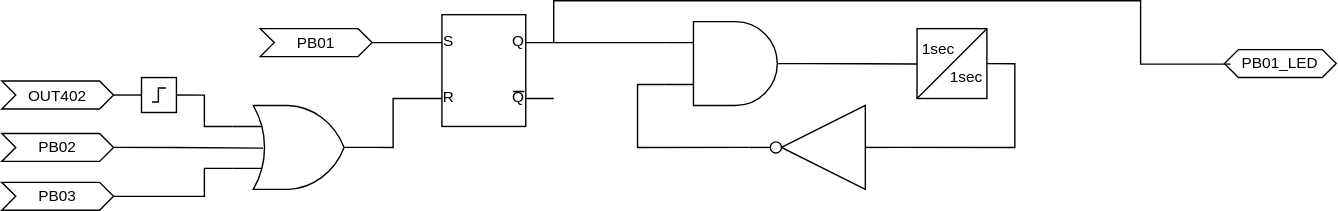
Above: content/images/SEL-5282_ui.drawio.svg in engineerjoe440/stanley-solutions-blog (draw.io), before the change. Source tidied: cells renumbered, new cells last; positions are measured from the earlier drawing's top-left corner, leaving out a move shared by most shapes.
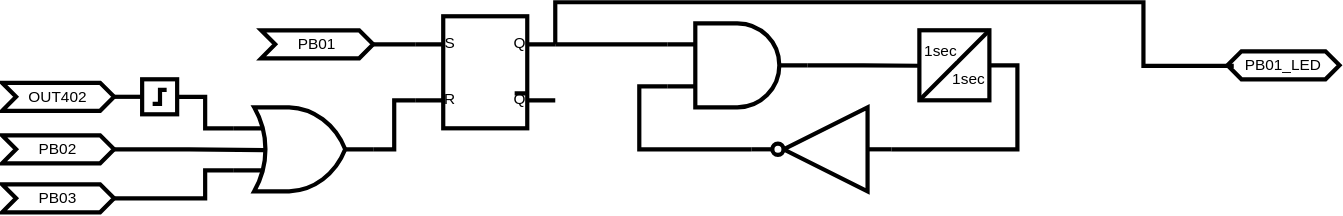
The same diagram one commit later.

What changed in the source:
```diff
@@ -1,22 +1,22 @@
-<mxGraphModel>
+<mxGraphModel background="#ffffff">
   <root>
     <mxCell id="0" />
     <mxCell id="1" parent="0" />
-    <mxCell id="2" style="edgeStyle=orthogonalEdgeStyle;shape=connector;rounded=0;jettySize=auto;html=1;exitX=1;exitY=0.5;exitDx=0;exitDy=0;exitPerimeter=0;strokeColor=default;align=center;verticalAlign=middle;fontFamily=Helvetica;fontSize=11;fontColor=default;labelBackgroundColor=default;startFill=0;endArrow=none;" parent="1" edge="1" source="3">
+    <mxCell id="2" style="edgeStyle=orthogonalEdgeStyle;shape=connector;rounded=0;jettySize=auto;html=1;exitX=1;exitY=0.5;exitDx=0;exitDy=0;exitPerimeter=0;strokeColor=default;align=center;verticalAlign=middle;fontFamily=Helvetica;fontSize=11;fontColor=default;labelBackgroundColor=default;startFill=0;endArrow=none;strokeWidth=3;" parent="1" edge="1" source="3">
       <mxGeometry relative="1" as="geometry">
         <mxPoint x="655" y="45.3" as="targetPoint" />
       </mxGeometry>
     </mxCell>
-    <mxCell id="3" style="verticalLabelPosition=bottom;shadow=0;dashed=0;align=center;html=1;verticalAlign=top;shape=mxgraph.electrical.logic_gates.logic_gate;operation=and;" parent="1" vertex="1">
+    <mxCell id="3" style="verticalLabelPosition=bottom;shadow=0;dashed=0;align=center;html=1;verticalAlign=top;shape=mxgraph.electrical.logic_gates.logic_gate;operation=and;strokeWidth=3;" parent="1" vertex="1">
       <mxGeometry x="475" y="15" width="100" height="60" as="geometry" />
     </mxCell>
-    <mxCell id="4" style="group;" parent="1" vertex="1">
+    <mxCell id="4" style="group;strokeWidth=3;" parent="1" vertex="1">
       <mxGeometry x="655" y="20" width="60" height="50" as="geometry" />
     </mxCell>
-    <mxCell id="5" style="whiteSpace=wrap;html=1;" parent="4" vertex="1">
+    <mxCell id="5" style="whiteSpace=wrap;html=1;strokeWidth=3;" parent="4" vertex="1">
       <mxGeometry width="50" height="50" as="geometry" />
     </mxCell>
-    <mxCell id="6" style="endArrow=none;html=1;rounded=0;" parent="4" edge="1" target="5">
+    <mxCell id="6" style="endArrow=none;html=1;rounded=0;strokeWidth=3;" parent="4" edge="1" target="5">
       <mxGeometry relative="1" as="geometry">
         <mxPoint y="50" as="sourcePoint" />
         <Array as="points">
@@ -24,31 +24,31 @@
         </Array>
       </mxGeometry>
     </mxCell>
-    <mxCell id="7" value="1sec" style="text;html=1;align=center;verticalAlign=middle;strokeColor=none;fillColor=none;fontFamily=Helvetica;fontSize=11;fontColor=default;labelBackgroundColor=default;" parent="4" vertex="1">
+    <mxCell id="7" value="1sec" style="text;html=1;align=center;verticalAlign=middle;strokeColor=none;fillColor=none;fontFamily=Helvetica;fontSize=11;fontColor=default;labelBackgroundColor=default;strokeWidth=3;" parent="4" vertex="1">
       <mxGeometry x="-10" width="50" height="30" as="geometry" />
     </mxCell>
-    <mxCell id="8" value="1sec" style="text;html=1;align=center;verticalAlign=middle;strokeColor=none;fillColor=none;fontFamily=Helvetica;fontSize=11;fontColor=default;labelBackgroundColor=default;" parent="4" vertex="1">
+    <mxCell id="8" value="1sec" style="text;html=1;align=center;verticalAlign=middle;strokeColor=none;fillColor=none;fontFamily=Helvetica;fontSize=11;fontColor=default;labelBackgroundColor=default;strokeWidth=3;" parent="4" vertex="1">
       <mxGeometry x="10" y="20" width="50" height="30" as="geometry" />
     </mxCell>
-    <mxCell id="9" style="verticalLabelPosition=bottom;shadow=0;dashed=0;align=center;html=1;verticalAlign=top;shape=mxgraph.electrical.logic_gates.rs_latch;" parent="1" vertex="1">
+    <mxCell id="9" style="verticalLabelPosition=bottom;shadow=0;dashed=0;align=center;html=1;verticalAlign=top;shape=mxgraph.electrical.logic_gates.rs_latch;strokeWidth=3;" parent="1" vertex="1">
       <mxGeometry x="295" y="10" width="100" height="80" as="geometry" />
     </mxCell>
-    <mxCell id="10" style="edgeStyle=orthogonalEdgeStyle;rounded=0;jettySize=auto;html=1;exitX=1;exitY=0.25;exitDx=0;exitDy=0;exitPerimeter=0;entryX=0;entryY=0.25;entryDx=0;entryDy=0;entryPerimeter=0;endArrow=none;startFill=0;" parent="1" edge="1" source="9" target="3">
+    <mxCell id="10" style="edgeStyle=orthogonalEdgeStyle;rounded=0;jettySize=auto;html=1;exitX=1;exitY=0.25;exitDx=0;exitDy=0;exitPerimeter=0;entryX=0;entryY=0.25;entryDx=0;entryDy=0;entryPerimeter=0;endArrow=none;startFill=0;strokeWidth=3;" parent="1" edge="1" source="9" target="3">
       <mxGeometry relative="1" as="geometry" />
     </mxCell>
-    <mxCell id="11" style="edgeStyle=orthogonalEdgeStyle;shape=connector;rounded=0;jettySize=auto;html=1;exitX=0;exitY=0.5;exitDx=0;exitDy=0;exitPerimeter=0;entryX=1;entryY=0.5;entryDx=0;entryDy=0;strokeColor=default;align=center;verticalAlign=middle;fontFamily=Helvetica;fontSize=11;fontColor=default;labelBackgroundColor=default;startFill=0;endArrow=none;" parent="1" edge="1" source="12" target="5">
+    <mxCell id="11" style="edgeStyle=orthogonalEdgeStyle;shape=connector;rounded=0;jettySize=auto;html=1;exitX=0;exitY=0.5;exitDx=0;exitDy=0;exitPerimeter=0;entryX=1;entryY=0.5;entryDx=0;entryDy=0;strokeColor=default;align=center;verticalAlign=middle;fontFamily=Helvetica;fontSize=11;fontColor=default;labelBackgroundColor=default;startFill=0;endArrow=none;strokeWidth=3;" parent="1" edge="1" source="12" target="5">
       <mxGeometry relative="1" as="geometry" />
     </mxCell>
-    <mxCell id="12" style="verticalLabelPosition=bottom;shadow=0;dashed=0;align=center;html=1;verticalAlign=top;shape=mxgraph.electrical.logic_gates.inverter_2;fontFamily=Helvetica;fontSize=11;fontColor=default;labelBackgroundColor=default;direction=west;" parent="1" vertex="1">
+    <mxCell id="12" style="verticalLabelPosition=bottom;shadow=0;dashed=0;align=center;html=1;verticalAlign=top;shape=mxgraph.electrical.logic_gates.inverter_2;fontFamily=Helvetica;fontSize=11;fontColor=default;labelBackgroundColor=default;direction=west;strokeWidth=3;" parent="1" vertex="1">
       <mxGeometry x="535" y="75" width="100" height="60" as="geometry" />
     </mxCell>
-    <mxCell id="13" style="edgeStyle=orthogonalEdgeStyle;shape=connector;rounded=0;jettySize=auto;html=1;exitX=1;exitY=0.5;exitDx=0;exitDy=0;exitPerimeter=0;entryX=0;entryY=0.75;entryDx=0;entryDy=0;entryPerimeter=0;strokeColor=default;align=center;verticalAlign=middle;fontFamily=Helvetica;fontSize=11;fontColor=default;labelBackgroundColor=default;startFill=0;endArrow=none;" parent="1" edge="1" source="12" target="3">
+    <mxCell id="13" style="edgeStyle=orthogonalEdgeStyle;shape=connector;rounded=0;jettySize=auto;html=1;exitX=1;exitY=0.5;exitDx=0;exitDy=0;exitPerimeter=0;entryX=0;entryY=0.75;entryDx=0;entryDy=0;entryPerimeter=0;strokeColor=default;align=center;verticalAlign=middle;fontFamily=Helvetica;fontSize=11;fontColor=default;labelBackgroundColor=default;startFill=0;endArrow=none;strokeWidth=3;" parent="1" edge="1" source="12" target="3">
       <mxGeometry relative="1" as="geometry" />
     </mxCell>
-    <mxCell id="14" value="PB01" style="shape=step;perimeter=stepPerimeter;whiteSpace=wrap;html=1;fixedSize=1;fontFamily=Helvetica;fontSize=11;fontColor=default;labelBackgroundColor=default;size=10;" parent="1" vertex="1">
+    <mxCell id="14" value="PB01" style="shape=step;perimeter=stepPerimeter;whiteSpace=wrap;html=1;fixedSize=1;fontFamily=Helvetica;fontSize=11;fontColor=default;labelBackgroundColor=default;size=10;strokeWidth=3;" parent="1" vertex="1">
       <mxGeometry x="185" y="20" width="80" height="20" as="geometry" />
     </mxCell>
-    <mxCell id="15" style="edgeStyle=orthogonalEdgeStyle;shape=connector;rounded=0;jettySize=auto;html=1;exitX=1;exitY=0.5;exitDx=0;exitDy=0;entryX=0;entryY=0.25;entryDx=0;entryDy=0;entryPerimeter=0;strokeColor=default;align=center;verticalAlign=middle;fontFamily=Helvetica;fontSize=11;fontColor=default;labelBackgroundColor=default;startFill=0;endArrow=none;" parent="1" edge="1" source="14" target="9">
+    <mxCell id="15" style="edgeStyle=orthogonalEdgeStyle;shape=connector;rounded=0;jettySize=auto;html=1;exitX=1;exitY=0.5;exitDx=0;exitDy=0;entryX=0;entryY=0.25;entryDx=0;entryDy=0;entryPerimeter=0;strokeColor=default;align=center;verticalAlign=middle;fontFamily=Helvetica;fontSize=11;fontColor=default;labelBackgroundColor=default;startFill=0;endArrow=none;strokeWidth=3;" parent="1" edge="1" source="14" target="9">
       <mxGeometry relative="1" as="geometry" />
     </mxCell>
     <mxCell id="16" style="edgeStyle=orthogonalEdgeStyle;shape=connector;rounded=0;jettySize=auto;html=1;exitX=1;exitY=0.25;exitDx=0;exitDy=0;exitPerimeter=0;entryX=0.237;entryY=0.506;entryDx=0;entryDy=0;strokeColor=default;align=center;verticalAlign=middle;fontFamily=Helvetica;fontSize=11;fontColor=default;labelBackgroundColor=default;startFill=0;endArrow=none;entryPerimeter=0;" parent="1" edge="1" target="x">
@@ -63,10 +63,10 @@
         </Array>
       </mxGeometry>
     </mxCell>
-    <mxCell id="17" value="PB01_LED" style="shape=hexagon;perimeter=hexagonPerimeter2;whiteSpace=wrap;html=1;fixedSize=1;fontFamily=Helvetica;fontSize=11;fontColor=default;labelBackgroundColor=default;size=10;" parent="1" vertex="1">
+    <mxCell id="17" value="PB01_LED" style="shape=hexagon;perimeter=hexagonPerimeter2;whiteSpace=wrap;html=1;fixedSize=1;fontFamily=Helvetica;fontSize=11;fontColor=default;labelBackgroundColor=default;size=10;strokeWidth=3;" parent="1" vertex="1">
       <mxGeometry x="875" y="35" width="80" height="20" as="geometry" />
     </mxCell>
-    <mxCell id="18" style="edgeStyle=orthogonalEdgeStyle;shape=connector;rounded=0;jettySize=auto;html=1;exitX=1;exitY=0.25;exitDx=0;exitDy=0;exitPerimeter=0;entryX=0.245;entryY=0.506;entryDx=0;entryDy=0;entryPerimeter=0;strokeColor=default;align=center;verticalAlign=middle;fontFamily=Helvetica;fontSize=11;fontColor=default;labelBackgroundColor=default;startFill=0;endArrow=none;" parent="1" edge="1" source="9">
+    <mxCell id="18" style="edgeStyle=orthogonalEdgeStyle;shape=connector;rounded=0;jettySize=auto;html=1;exitX=1;exitY=0.25;exitDx=0;exitDy=0;exitPerimeter=0;entryX=0.245;entryY=0.506;entryDx=0;entryDy=0;entryPerimeter=0;strokeColor=default;align=center;verticalAlign=middle;fontFamily=Helvetica;fontSize=11;fontColor=default;labelBackgroundColor=default;startFill=0;endArrow=none;strokeWidth=3;" parent="1" edge="1" source="9">
       <mxGeometry relative="1" as="geometry">
         <mxPoint x="879.5" y="45.4" as="targetPoint" />
         <Array as="points">
@@ -76,40 +76,40 @@
         </Array>
       </mxGeometry>
     </mxCell>
-    <mxCell id="19" style="edgeStyle=orthogonalEdgeStyle;shape=connector;rounded=0;html=1;exitX=0;exitY=0.25;exitDx=0;exitDy=0;exitPerimeter=0;entryX=1;entryY=0.5;entryDx=0;entryDy=0;strokeColor=default;align=center;verticalAlign=middle;fontFamily=Helvetica;fontSize=11;fontColor=default;labelBackgroundColor=default;startFill=0;endArrow=none;" parent="1" edge="1" source="20" target="23">
+    <mxCell id="19" style="edgeStyle=orthogonalEdgeStyle;shape=connector;rounded=0;html=1;exitX=0;exitY=0.25;exitDx=0;exitDy=0;exitPerimeter=0;entryX=1;entryY=0.5;entryDx=0;entryDy=0;strokeColor=default;align=center;verticalAlign=middle;fontFamily=Helvetica;fontSize=11;fontColor=default;labelBackgroundColor=default;startFill=0;endArrow=none;strokeWidth=3;" parent="1" edge="1" source="20" target="23">
       <mxGeometry relative="1" as="geometry" />
     </mxCell>
-    <mxCell id="20" style="verticalLabelPosition=bottom;shadow=0;dashed=0;align=center;html=1;verticalAlign=top;shape=mxgraph.electrical.logic_gates.logic_gate;operation=or;fontFamily=Helvetica;fontSize=11;fontColor=default;labelBackgroundColor=default;" parent="1" vertex="1">
+    <mxCell id="20" style="verticalLabelPosition=bottom;shadow=0;dashed=0;align=center;html=1;verticalAlign=top;shape=mxgraph.electrical.logic_gates.logic_gate;operation=or;fontFamily=Helvetica;fontSize=11;fontColor=default;labelBackgroundColor=default;strokeWidth=3;" parent="1" vertex="1">
       <mxGeometry x="165" y="75" width="100" height="60" as="geometry" />
     </mxCell>
-    <mxCell id="21" style="edgeStyle=orthogonalEdgeStyle;shape=connector;rounded=0;html=1;exitX=1;exitY=0.5;exitDx=0;exitDy=0;exitPerimeter=0;entryX=0;entryY=0.75;entryDx=0;entryDy=0;entryPerimeter=0;strokeColor=default;align=center;verticalAlign=middle;fontFamily=Helvetica;fontSize=11;fontColor=default;labelBackgroundColor=default;startFill=0;endArrow=none;" parent="1" edge="1" source="20" target="9">
+    <mxCell id="21" style="edgeStyle=orthogonalEdgeStyle;shape=connector;rounded=0;html=1;exitX=1;exitY=0.5;exitDx=0;exitDy=0;exitPerimeter=0;entryX=0;entryY=0.75;entryDx=0;entryDy=0;entryPerimeter=0;strokeColor=default;align=center;verticalAlign=middle;fontFamily=Helvetica;fontSize=11;fontColor=default;labelBackgroundColor=default;startFill=0;endArrow=none;strokeWidth=3;" parent="1" edge="1" source="20" target="9">
       <mxGeometry relative="1" as="geometry" />
     </mxCell>
-    <mxCell id="22" style="group;" parent="1" vertex="1">
+    <mxCell id="22" style="group;strokeWidth=3;" parent="1" vertex="1">
       <mxGeometry x="100" y="55" width="25" height="25" as="geometry" />
     </mxCell>
-    <mxCell id="23" style="whiteSpace=wrap;html=1;fontFamily=Helvetica;fontSize=11;fontColor=default;labelBackgroundColor=default;" parent="22" vertex="1">
+    <mxCell id="23" style="whiteSpace=wrap;html=1;fontFamily=Helvetica;fontSize=11;fontColor=default;labelBackgroundColor=default;strokeWidth=3;" parent="22" vertex="1">
       <mxGeometry width="25" height="25" as="geometry" />
     </mxCell>
-    <mxCell id="24" style="endArrow=none;html=1;rounded=0;strokeColor=default;align=center;verticalAlign=middle;fontFamily=Helvetica;fontSize=11;fontColor=default;labelBackgroundColor=default;edgeStyle=elbowEdgeStyle;" parent="22" edge="1">
+    <mxCell id="24" style="endArrow=none;html=1;rounded=0;strokeColor=default;align=center;verticalAlign=middle;fontFamily=Helvetica;fontSize=11;fontColor=default;labelBackgroundColor=default;edgeStyle=elbowEdgeStyle;strokeWidth=3;" parent="22" edge="1">
       <mxGeometry relative="1" as="geometry">
         <mxPoint x="7.5" y="17.5" as="sourcePoint" />
         <mxPoint x="17.5" y="7.5" as="targetPoint" />
       </mxGeometry>
     </mxCell>
-    <mxCell id="25" style="edgeStyle=orthogonalEdgeStyle;shape=connector;rounded=0;html=1;exitX=1;exitY=0.5;exitDx=0;exitDy=0;entryX=0;entryY=0.5;entryDx=0;entryDy=0;strokeColor=default;align=center;verticalAlign=middle;fontFamily=Helvetica;fontSize=11;fontColor=default;labelBackgroundColor=default;startFill=0;endArrow=none;" parent="1" edge="1" source="26" target="23">
+    <mxCell id="25" style="edgeStyle=orthogonalEdgeStyle;shape=connector;rounded=0;html=1;exitX=1;exitY=0.5;exitDx=0;exitDy=0;entryX=0;entryY=0.5;entryDx=0;entryDy=0;strokeColor=default;align=center;verticalAlign=middle;fontFamily=Helvetica;fontSize=11;fontColor=default;labelBackgroundColor=default;startFill=0;endArrow=none;strokeWidth=3;" parent="1" edge="1" source="26" target="23">
       <mxGeometry relative="1" as="geometry" />
     </mxCell>
-    <mxCell id="26" value="OUT402" style="shape=step;perimeter=stepPerimeter;whiteSpace=wrap;html=1;fixedSize=1;fontFamily=Helvetica;fontSize=11;fontColor=default;labelBackgroundColor=default;size=10;" parent="1" vertex="1">
+    <mxCell id="26" value="OUT402" style="shape=step;perimeter=stepPerimeter;whiteSpace=wrap;html=1;fixedSize=1;fontFamily=Helvetica;fontSize=11;fontColor=default;labelBackgroundColor=default;size=10;strokeWidth=3;" parent="1" vertex="1">
       <mxGeometry y="57.5" width="80" height="20" as="geometry" />
     </mxCell>
-    <mxCell id="27" value="PB02" style="shape=step;perimeter=stepPerimeter;whiteSpace=wrap;html=1;fixedSize=1;fontFamily=Helvetica;fontSize=11;fontColor=default;labelBackgroundColor=default;size=10;" parent="1" vertex="1">
+    <mxCell id="27" value="PB02" style="shape=step;perimeter=stepPerimeter;whiteSpace=wrap;html=1;fixedSize=1;fontFamily=Helvetica;fontSize=11;fontColor=default;labelBackgroundColor=default;size=10;strokeWidth=3;" parent="1" vertex="1">
       <mxGeometry y="95" width="80" height="20" as="geometry" />
     </mxCell>
-    <mxCell id="28" value="PB03" style="shape=step;perimeter=stepPerimeter;whiteSpace=wrap;html=1;fixedSize=1;fontFamily=Helvetica;fontSize=11;fontColor=default;labelBackgroundColor=default;size=10;" parent="1" vertex="1">
+    <mxCell id="28" value="PB03" style="shape=step;perimeter=stepPerimeter;whiteSpace=wrap;html=1;fixedSize=1;fontFamily=Helvetica;fontSize=11;fontColor=default;labelBackgroundColor=default;size=10;strokeWidth=3;" parent="1" vertex="1">
       <mxGeometry y="130" width="80" height="20" as="geometry" />
     </mxCell>
-    <mxCell id="29" style="edgeStyle=orthogonalEdgeStyle;shape=connector;rounded=0;html=1;exitX=1;exitY=0.5;exitDx=0;exitDy=0;entryX=0;entryY=0.75;entryDx=0;entryDy=0;entryPerimeter=0;strokeColor=default;align=center;verticalAlign=middle;fontFamily=Helvetica;fontSize=11;fontColor=default;labelBackgroundColor=default;startFill=0;endArrow=none;" parent="1" edge="1" source="28" target="20">
+    <mxCell id="29" style="edgeStyle=orthogonalEdgeStyle;shape=connector;rounded=0;html=1;exitX=1;exitY=0.5;exitDx=0;exitDy=0;entryX=0;entryY=0.75;entryDx=0;entryDy=0;entryPerimeter=0;strokeColor=default;align=center;verticalAlign=middle;fontFamily=Helvetica;fontSize=11;fontColor=default;labelBackgroundColor=default;startFill=0;endArrow=none;strokeWidth=3;" parent="1" edge="1" source="28" target="20">
       <mxGeometry relative="1" as="geometry">
         <Array as="points">
           <mxPoint x="145" y="140" />
@@ -117,7 +117,7 @@
         </Array>
       </mxGeometry>
     </mxCell>
-    <mxCell id="30" style="edgeStyle=orthogonalEdgeStyle;shape=connector;rounded=0;html=1;exitX=1;exitY=0.5;exitDx=0;exitDy=0;entryX=0.22;entryY=0.509;entryDx=0;entryDy=0;entryPerimeter=0;strokeColor=default;align=center;verticalAlign=middle;fontFamily=Helvetica;fontSize=11;fontColor=default;labelBackgroundColor=default;startFill=0;endArrow=none;" parent="1" edge="1" source="27" target="20">
+    <mxCell id="30" style="edgeStyle=orthogonalEdgeStyle;shape=connector;rounded=0;html=1;exitX=1;exitY=0.5;exitDx=0;exitDy=0;entryX=0.22;entryY=0.509;entryDx=0;entryDy=0;entryPerimeter=0;strokeColor=default;align=center;verticalAlign=middle;fontFamily=Helvetica;fontSize=11;fontColor=default;labelBackgroundColor=default;startFill=0;endArrow=none;strokeWidth=3;" parent="1" edge="1" source="27" target="20">
       <mxGeometry relative="1" as="geometry" />
     </mxCell>
   </root>
```
